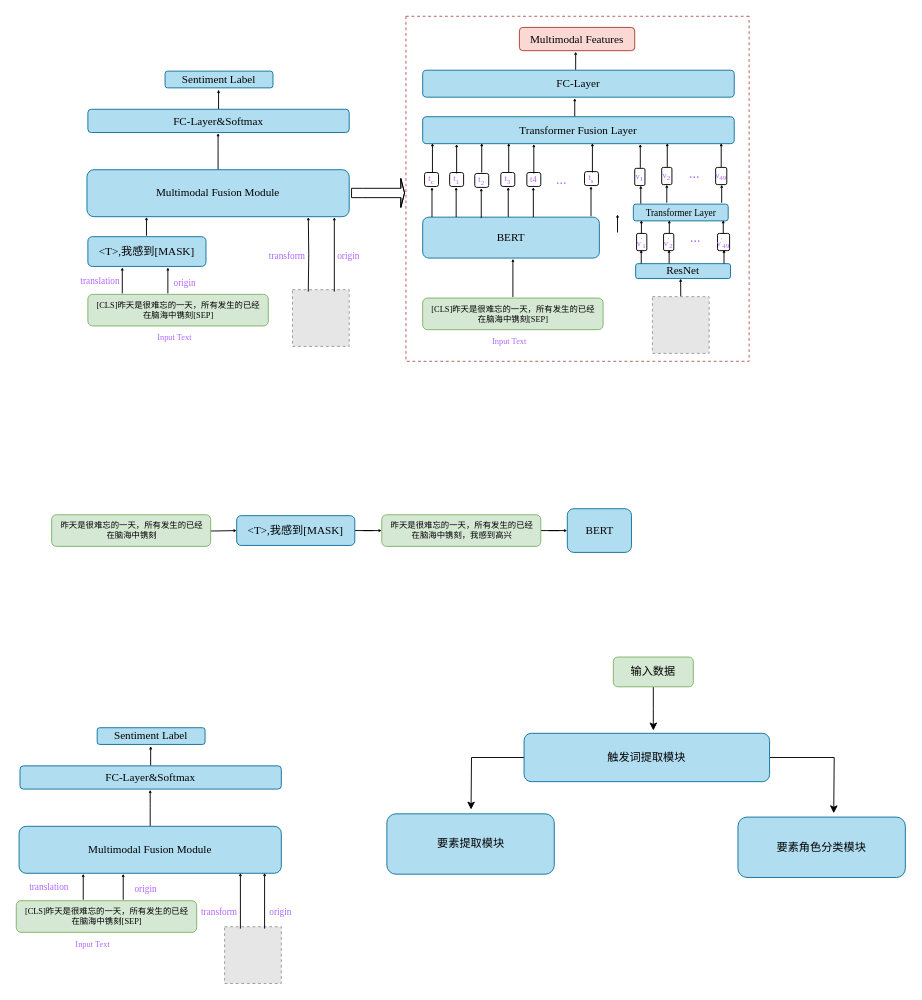
WindSearcher/draw_reposity keeps this draw.io diagram as page "第 1 页" (1 of 2) of 模型架构图.drawio. Above is the earlier version. Source tidied: cells renumbered, new cells numbered last; positions are measured from the earlier drawing's top-left corner, leaving out a move shared by most shapes. Both pictures are drawn from the tidied source at 93%, with x=0, y=0 at pixel (16, 16). Pictures stored in the file or linked from it are replaced by grey dashed boxes.
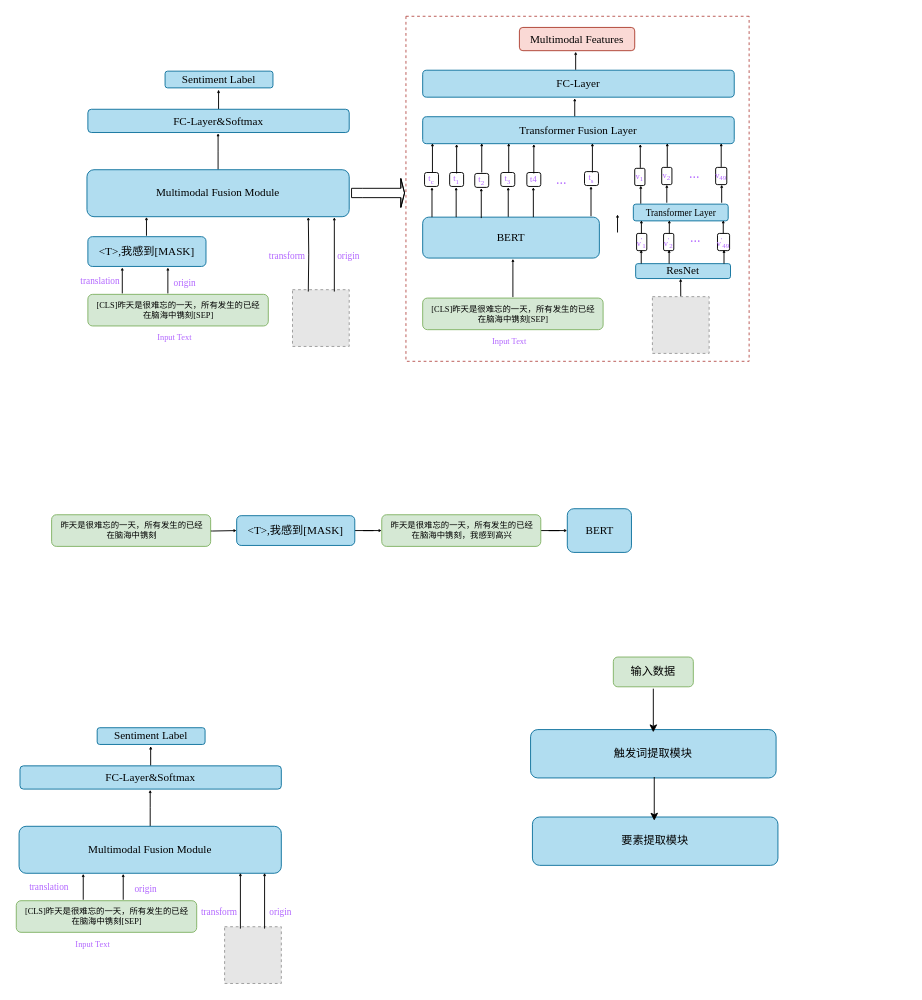
After the change.

Commit message:
模型架构图.drawio

Unchanged cells that the change refers to:
```xml
<mxCell id="103" value="&lt;font face=&quot;Times New Roman&quot;&gt;输入数据&lt;/font&gt;" style="rounded=1;whiteSpace=wrap;html=1;fillColor=#d5e8d4;strokeColor=#82b366;" parent="1" vertex="1">
  <mxGeometry x="642" y="689" width="86" height="32" as="geometry" />
</mxCell>
```

Diff of the diagram source:
```diff
@@
-    <mxCell id="82" style="edgeStyle=orthogonalEdgeStyle;rounded=0;jettySize=auto;html=1;" parent="1" edge="1" source="84">
-      <mxGeometry relative="1" as="geometry">
-        <mxPoint x="489" y="853" as="targetPoint" />
-      </mxGeometry>
-    </mxCell>
-    <mxCell id="83" style="edgeStyle=orthogonalEdgeStyle;rounded=0;jettySize=auto;html=1;" parent="1" edge="1" source="84">
-      <mxGeometry relative="1" as="geometry">
-        <mxPoint x="879" y="857" as="targetPoint" />
-      </mxGeometry>
-    </mxCell>
     <mxCell id="84" value="&lt;font face=&quot;Times New Roman&quot;&gt;触发词提取模块&lt;/font&gt;" style="rounded=1;whiteSpace=wrap;html=1;fillColor=#b1ddf0;strokeColor=#10739e;" parent="1" vertex="1">
-      <mxGeometry x="546" y="771" width="264" height="52" as="geometry" />
+      <mxGeometry x="553" y="767" width="264" height="52" as="geometry" />
     </mxCell>
@@
-    <mxCell id="101" value="&lt;font face=&quot;Times New Roman&quot;&gt;要素角色分类模块&lt;/font&gt;" style="rounded=1;whiteSpace=wrap;html=1;fillColor=#b1ddf0;strokeColor=#10739e;" parent="1" vertex="1">
-      <mxGeometry x="776" y="861.1" width="180" height="64.9" as="geometry" />
-    </mxCell>
-    <mxCell id="102" style="edgeStyle=orthogonalEdgeStyle;rounded=0;jettySize=auto;html=1;" parent="1" edge="1" source="103">
-      <mxGeometry relative="1" as="geometry">
-        <mxPoint x="685" y="768" as="targetPoint" />
-      </mxGeometry>
-    </mxCell>
@@
     <mxCell id="104" value="&lt;font face=&quot;Times New Roman&quot;&gt;要素提取模块&lt;/font&gt;" style="rounded=1;whiteSpace=wrap;html=1;fillColor=#b1ddf0;strokeColor=#10739e;" parent="1" vertex="1">
-      <mxGeometry x="398.5" y="857.6" width="180" height="64.9" as="geometry" />
+      <mxGeometry x="555" y="861" width="264" height="52" as="geometry" />
     </mxCell>
+    <mxCell id="105" style="edgeStyle=orthogonalEdgeStyle;rounded=0;orthogonalLoop=1;jettySize=auto;html=1;" parent="1" edge="1">
+      <mxGeometry relative="1" as="geometry">
+        <mxPoint x="685" y="723" as="sourcePoint" />
+        <mxPoint x="685" y="770" as="targetPoint" />
+      </mxGeometry>
+    </mxCell>
+    <mxCell id="106" style="edgeStyle=orthogonalEdgeStyle;rounded=0;orthogonalLoop=1;jettySize=auto;html=1;" parent="1" edge="1">
+      <mxGeometry relative="1" as="geometry">
+        <mxPoint x="686" y="818" as="sourcePoint" />
+        <mxPoint x="686" y="865" as="targetPoint" />
+      </mxGeometry>
+    </mxCell>
```
